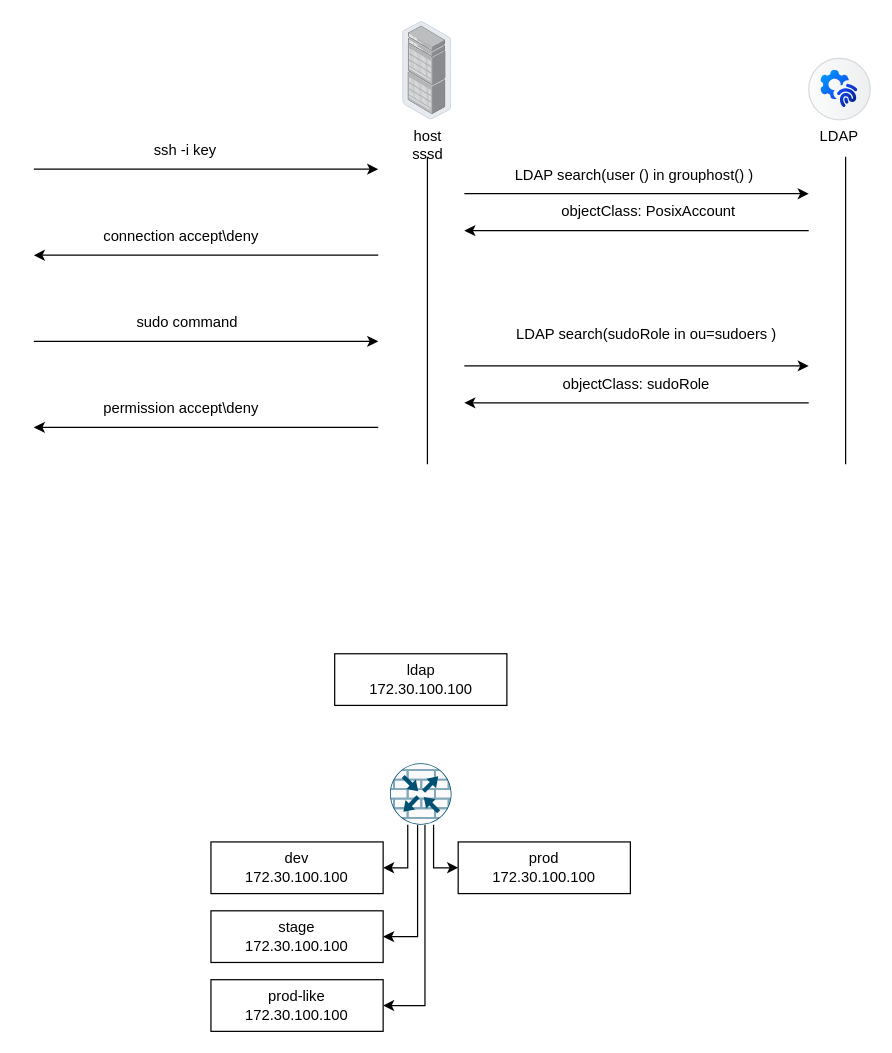
This is ldap.drawio from qqmax7/test, a draw.io file, before an edit. Source tidied: cells renumbered, new cells numbered last; positions are measured from the earlier drawing's top-left corner, leaving out a move shared by most shapes. Both pictures are drawn from the tidied source at 123%, with x=0, y=0 at pixel (21, 21).
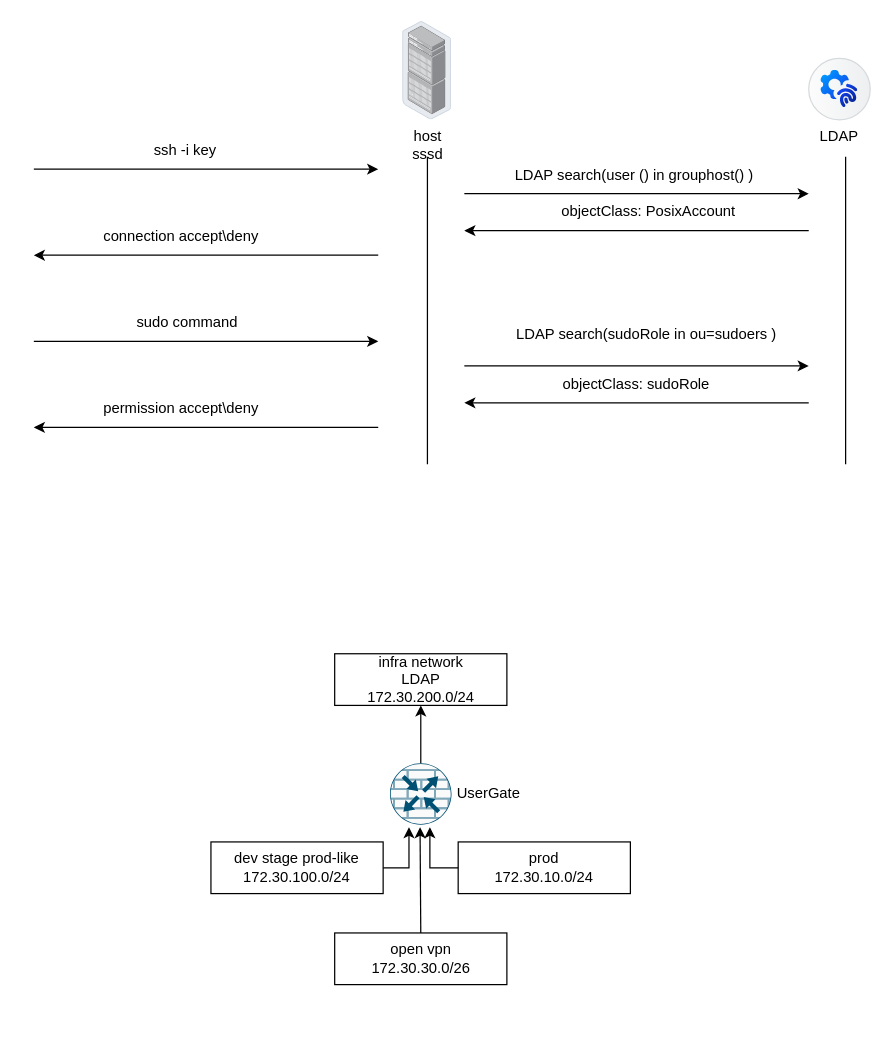
The same page after the edit.

Unchanged cells that the change refers to:
```xml
<mxCell id="26" style="sketch=0;points=[[0.5,0,0],[1,0.5,0],[0.5,1,0],[0,0.5,0],[0.145,0.145,0],[0.8555,0.145,0],[0.855,0.8555,0],[0.145,0.855,0]];verticalLabelPosition=bottom;html=1;verticalAlign=top;align=center;shape=mxgraph.cisco19.rect;prIcon=router_with_firewall;fillColor=#FAFAFA;strokeColor=#005073;" parent="1" vertex="1">
  <mxGeometry x="299.6" y="603" width="50" height="50" as="geometry" />
</mxCell>
```

The edit, as a diff of the source:
```diff
@@
-    <mxCell id="22" style="edgeStyle=orthogonalEdgeStyle;rounded=0;jettySize=auto;html=1;" parent="1" edge="1" source="26" target="29">
-      <mxGeometry relative="1" as="geometry">
-        <Array as="points">
-          <mxPoint x="328" y="800" />
-        </Array>
-      </mxGeometry>
-    </mxCell>
-    <mxCell id="23" style="edgeStyle=orthogonalEdgeStyle;rounded=0;jettySize=auto;html=1;" parent="1" edge="1" source="26" target="28">
-      <mxGeometry relative="1" as="geometry">
-        <Array as="points">
-          <mxPoint x="322" y="744" />
-        </Array>
-      </mxGeometry>
-    </mxCell>
-    <mxCell id="24" style="edgeStyle=orthogonalEdgeStyle;rounded=0;jettySize=auto;html=1;" parent="1" edge="1" source="26" target="27">
-      <mxGeometry relative="1" as="geometry">
-        <Array as="points">
-          <mxPoint x="314" y="688" />
-        </Array>
-      </mxGeometry>
-    </mxCell>
-    <mxCell id="25" style="edgeStyle=orthogonalEdgeStyle;rounded=0;jettySize=auto;html=1;" parent="1" edge="1" source="26" target="30">
-      <mxGeometry relative="1" as="geometry">
-        <Array as="points">
-          <mxPoint x="335" y="688" />
-        </Array>
-      </mxGeometry>
-    </mxCell>
@@
-    <mxCell id="27" value="&lt;div&gt;dev&lt;/div&gt;&lt;div&gt;172.30.100.100&lt;/div&gt;" style="rounded=0;whiteSpace=wrap;html=1;" parent="1" vertex="1">
+    <mxCell id="27" value="&lt;div&gt;dev stage prod-like&lt;/div&gt;&lt;div&gt;172.30.100.0/24&lt;/div&gt;" style="rounded=0;whiteSpace=wrap;html=1;" parent="1" vertex="1">
       <mxGeometry x="154" y="667" width="140" height="42" as="geometry" />
     </mxCell>
-    <mxCell id="28" value="&lt;div&gt;stage&lt;/div&gt;&lt;div&gt;172.30.100.100&lt;/div&gt;" style="rounded=0;whiteSpace=wrap;html=1;" parent="1" vertex="1">
-      <mxGeometry x="154" y="723" width="140" height="42" as="geometry" />
-    </mxCell>
-    <mxCell id="29" value="&lt;div&gt;prod-like&lt;/div&gt;&lt;div&gt;172.30.100.100&lt;/div&gt;" style="rounded=0;whiteSpace=wrap;html=1;" parent="1" vertex="1">
-      <mxGeometry x="154" y="779" width="140" height="42" as="geometry" />
-    </mxCell>
-    <mxCell id="30" value="&lt;div&gt;prod&lt;/div&gt;&lt;div&gt;172.30.100.100&lt;/div&gt;" style="rounded=0;whiteSpace=wrap;html=1;" parent="1" vertex="1">
+    <mxCell id="30" value="&lt;div&gt;prod&lt;/div&gt;&lt;div&gt;172.30.10.0/24&lt;/div&gt;" style="rounded=0;whiteSpace=wrap;html=1;" parent="1" vertex="1">
       <mxGeometry x="355" y="667" width="140" height="42" as="geometry" />
     </mxCell>
-    <mxCell id="31" value="&lt;div&gt;ldap&lt;/div&gt;&lt;div&gt;172.30.100.100&lt;/div&gt;" style="rounded=0;whiteSpace=wrap;html=1;" parent="1" vertex="1">
+    <mxCell id="31" value="&lt;div&gt;infra network&lt;br&gt;LDAP&lt;/div&gt;&lt;div&gt;172.30.200.0/24&lt;/div&gt;" style="rounded=0;whiteSpace=wrap;html=1;" parent="1" vertex="1">
       <mxGeometry x="254.6" y="514" width="140" height="42" as="geometry" />
     </mxCell>
+    <mxCell id="32" value="UserGate" style="text;html=1;whiteSpace=wrap;strokeColor=none;fillColor=none;align=center;verticalAlign=middle;rounded=0;" parent="1" vertex="1">
+      <mxGeometry x="349.6" y="613" width="60" height="30" as="geometry" />
+    </mxCell>
+    <mxCell id="33" style="endArrow=classic;html=1;rounded=0;exitX=0.5;exitY=0;exitDx=0;exitDy=0;exitPerimeter=0;entryX=0.5;entryY=1;entryDx=0;entryDy=0;endFill=1;" parent="1" edge="1" source="26" target="31">
+      <mxGeometry relative="1" as="geometry" />
+    </mxCell>
+    <mxCell id="34" style="endArrow=classic;html=1;rounded=0;exitX=1;exitY=0.5;exitDx=0;exitDy=0;endFill=1;" parent="1" edge="1" source="27">
+      <mxGeometry relative="1" as="geometry">
+        <mxPoint x="315" y="655" as="targetPoint" />
+        <Array as="points">
+          <mxPoint x="315" y="688" />
+        </Array>
+      </mxGeometry>
+    </mxCell>
+    <mxCell id="35" style="endArrow=classic;html=1;rounded=0;exitX=0;exitY=0.5;exitDx=0;exitDy=0;endFill=1;" parent="1" edge="1" source="30">
+      <mxGeometry relative="1" as="geometry">
+        <mxPoint x="332" y="655" as="targetPoint" />
+        <Array as="points">
+          <mxPoint x="332" y="688" />
+        </Array>
+      </mxGeometry>
+    </mxCell>
+    <mxCell id="36" value="&lt;div&gt;open vpn&lt;/div&gt;&lt;div&gt;172.30.30.0/26&lt;/div&gt;" style="rounded=0;whiteSpace=wrap;html=1;" parent="1" vertex="1">
+      <mxGeometry x="254.6" y="741" width="140" height="42" as="geometry" />
+    </mxCell>
+    <mxCell id="37" style="endArrow=classic;html=1;rounded=0;exitX=0.5;exitY=0;exitDx=0;exitDy=0;endFill=1;" parent="1" edge="1" source="36">
+      <mxGeometry relative="1" as="geometry">
+        <mxPoint x="324" y="655" as="targetPoint" />
+      </mxGeometry>
+    </mxCell>
```
